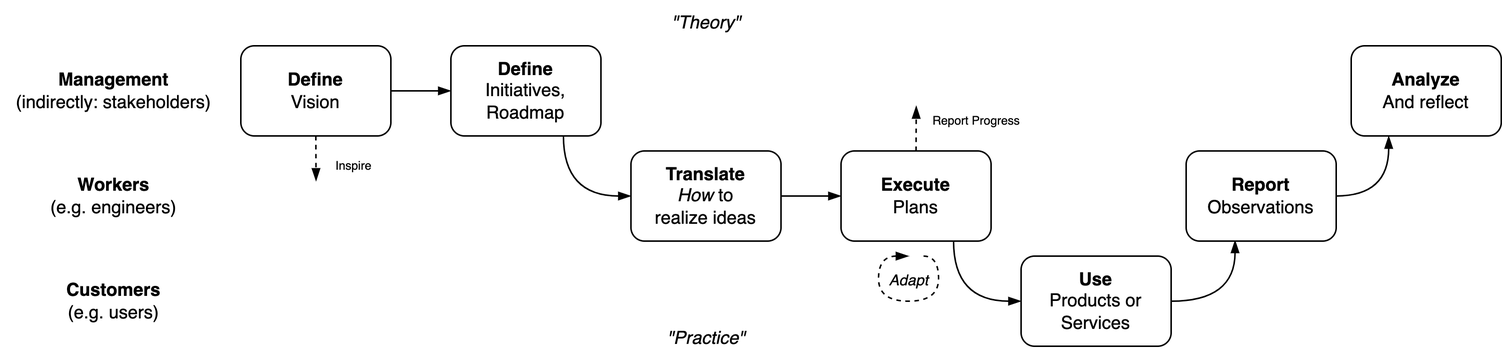
Earlier version of the draw.io export img/plan-to-exe.png (voschezang/coding-handbook). Source tidied: cells renumbered, new cells last; positions are measured from the earlier drawing's top-left corner, leaving out a move shared by most shapes. Its diagram source:
```xml
<mxGraphModel>
  <root>
    <mxCell id="0" />
    <mxCell id="1" parent="0" />
    <mxCell id="2" value="Adapt" style="text;html=1;align=center;verticalAlign=middle;strokeColor=none;fillColor=none;fontSize=10;fontStyle=2;" parent="1" vertex="1">
      <mxGeometry x="580" y="170" width="50" height="30" as="geometry" />
    </mxCell>
    <mxCell id="3" value="&lt;b&gt;Management&lt;/b&gt;&lt;br&gt;(indirectly: stakeholders)" style="text;html=1;align=center;verticalAlign=middle;strokeColor=none;fillColor=none;fontSize=12;" parent="1" vertex="1">
      <mxGeometry y="40" width="150" height="40" as="geometry" />
    </mxCell>
    <mxCell id="4" value="&lt;b&gt;Workers&lt;/b&gt;&lt;br&gt;(e.g. engineers)" style="text;html=1;align=center;verticalAlign=middle;strokeColor=none;fillColor=none;fontSize=12;" parent="1" vertex="1">
      <mxGeometry x="20" y="110" width="110" height="40" as="geometry" />
    </mxCell>
    <mxCell id="5" value="&lt;b&gt;Customers&lt;/b&gt;&lt;br&gt;(e.g. users)" style="text;html=1;align=center;verticalAlign=middle;strokeColor=none;fillColor=none;fontSize=12;" parent="1" vertex="1">
      <mxGeometry x="30" y="180" width="90" height="40" as="geometry" />
    </mxCell>
    <mxCell id="6" style="edgeStyle=orthogonalEdgeStyle;rounded=0;jettySize=auto;html=1;exitX=1;exitY=0.5;exitDx=0;exitDy=0;entryX=0;entryY=0.5;entryDx=0;entryDy=0;strokeWidth=1;fontSize=12;endArrow=blockThin;endFill=1;" parent="1" edge="1" source="8" target="10">
      <mxGeometry relative="1" as="geometry" />
    </mxCell>
    <mxCell id="7" style="edgeStyle=orthogonalEdgeStyle;curved=1;rounded=0;jettySize=auto;html=1;exitX=0.5;exitY=1;exitDx=0;exitDy=0;dashed=1;strokeWidth=1;fontSize=8;endArrow=blockThin;endFill=1;" parent="1" edge="1" source="8">
      <mxGeometry relative="1" as="geometry">
        <mxPoint x="210.1" y="120" as="targetPoint" />
      </mxGeometry>
    </mxCell>
    <mxCell id="8" value="&lt;b&gt;Define &lt;/b&gt;&lt;br&gt;Vision" style="rounded=1;whiteSpace=wrap;html=1;fontSize=12;" parent="1" vertex="1">
      <mxGeometry x="160" y="30" width="100" height="60" as="geometry" />
    </mxCell>
    <mxCell id="9" style="edgeStyle=orthogonalEdgeStyle;curved=1;rounded=0;jettySize=auto;html=1;exitX=0.75;exitY=1;exitDx=0;exitDy=0;entryX=0;entryY=0.5;entryDx=0;entryDy=0;strokeWidth=1;fontSize=12;endArrow=blockThin;endFill=1;" parent="1" edge="1" source="10" target="12">
      <mxGeometry relative="1" as="geometry" />
    </mxCell>
    <mxCell id="10" value="&lt;b&gt;Define &lt;br&gt;&lt;/b&gt;Initiatives,&lt;br&gt;Roadmap" style="rounded=1;whiteSpace=wrap;html=1;fontSize=12;" parent="1" vertex="1">
      <mxGeometry x="300" y="30" width="100" height="60" as="geometry" />
    </mxCell>
    <mxCell id="11" style="edgeStyle=orthogonalEdgeStyle;curved=1;rounded=0;jettySize=auto;html=1;exitX=1;exitY=0.5;exitDx=0;exitDy=0;entryX=0;entryY=0.5;entryDx=0;entryDy=0;strokeWidth=1;fontSize=12;endArrow=blockThin;endFill=1;" parent="1" edge="1" source="12" target="15">
      <mxGeometry relative="1" as="geometry" />
    </mxCell>
    <mxCell id="12" value="&lt;font style=&quot;font-size: 12px;&quot;&gt;&lt;b&gt;Translate&lt;/b&gt;&lt;br&gt;&lt;i style=&quot;&quot;&gt;How&lt;/i&gt; to &lt;br&gt;realize ideas&lt;/font&gt;" style="rounded=1;whiteSpace=wrap;html=1;fontSize=12;" parent="1" vertex="1">
      <mxGeometry x="420" y="100" width="100" height="60" as="geometry" />
    </mxCell>
    <mxCell id="13" style="edgeStyle=orthogonalEdgeStyle;curved=1;rounded=0;jettySize=auto;html=1;exitX=0.75;exitY=1;exitDx=0;exitDy=0;entryX=0;entryY=0.5;entryDx=0;entryDy=0;strokeWidth=1;fontSize=12;endArrow=blockThin;endFill=1;" parent="1" edge="1" source="15" target="17">
      <mxGeometry relative="1" as="geometry" />
    </mxCell>
    <mxCell id="14" style="edgeStyle=orthogonalEdgeStyle;curved=1;rounded=0;jettySize=auto;html=1;exitX=0.5;exitY=0;exitDx=0;exitDy=0;dashed=1;strokeWidth=1;fontSize=8;endArrow=blockThin;endFill=1;" parent="1" edge="1" source="15">
      <mxGeometry relative="1" as="geometry">
        <mxPoint x="610.1" y="70" as="targetPoint" />
      </mxGeometry>
    </mxCell>
    <mxCell id="15" value="&lt;b&gt;Execute&lt;/b&gt;&lt;br&gt;&lt;font style=&quot;font-size: 12px;&quot;&gt;Plans&lt;/font&gt;" style="rounded=1;whiteSpace=wrap;html=1;fontSize=12;" parent="1" vertex="1">
      <mxGeometry x="560" y="100" width="100" height="60" as="geometry" />
    </mxCell>
    <mxCell id="16" style="edgeStyle=orthogonalEdgeStyle;curved=1;rounded=0;jettySize=auto;html=1;exitX=1;exitY=0.5;exitDx=0;exitDy=0;entryX=0.326;entryY=0.991;entryDx=0;entryDy=0;strokeWidth=1;fontSize=12;endArrow=blockThin;endFill=1;entryPerimeter=0;" parent="1" edge="1" source="17" target="19">
      <mxGeometry relative="1" as="geometry" />
    </mxCell>
    <mxCell id="17" value="&lt;b&gt;Use&lt;/b&gt;&lt;br&gt;Products or&lt;br&gt;Services" style="rounded=1;whiteSpace=wrap;html=1;fontSize=12;" parent="1" vertex="1">
      <mxGeometry x="680" y="170" width="100" height="60" as="geometry" />
    </mxCell>
    <mxCell id="18" style="edgeStyle=orthogonalEdgeStyle;curved=1;rounded=0;jettySize=auto;html=1;exitX=1;exitY=0.5;exitDx=0;exitDy=0;entryX=0.25;entryY=1;entryDx=0;entryDy=0;strokeWidth=1;fontSize=12;endArrow=blockThin;endFill=1;" parent="1" edge="1" source="19" target="20">
      <mxGeometry relative="1" as="geometry" />
    </mxCell>
    <mxCell id="19" value="&lt;font style=&quot;font-size: 12px;&quot;&gt;&lt;font style=&quot;font-size: 12px;&quot;&gt;&lt;b&gt;Report&lt;br&gt;&lt;/b&gt;&lt;/font&gt;&lt;font style=&quot;font-size: 12px;&quot;&gt;Observations&lt;/font&gt;&lt;/font&gt;" style="rounded=1;whiteSpace=wrap;html=1;fontSize=12;" parent="1" vertex="1">
      <mxGeometry x="790" y="100" width="100" height="60" as="geometry" />
    </mxCell>
    <mxCell id="20" value="&lt;font style=&quot;font-size: 12px;&quot;&gt;&lt;font style=&quot;font-size: 12px;&quot;&gt;&lt;b&gt;Analyze&lt;br&gt;&lt;/b&gt;&lt;/font&gt;&lt;font style=&quot;font-size: 12px;&quot;&gt;And reflect&lt;/font&gt;&lt;/font&gt;" style="rounded=1;whiteSpace=wrap;html=1;fontSize=12;" parent="1" vertex="1">
      <mxGeometry x="900" y="30" width="100" height="60" as="geometry" />
    </mxCell>
    <mxCell id="21" value="&quot;Theory&quot;" style="text;html=1;align=center;verticalAlign=middle;strokeColor=none;fillColor=none;fontSize=12;fontStyle=2;" parent="1" vertex="1">
      <mxGeometry x="435" width="70" height="30" as="geometry" />
    </mxCell>
    <mxCell id="22" value="&quot;Practice&quot;" style="text;html=1;align=center;verticalAlign=middle;strokeColor=none;fillColor=none;fontSize=12;fontStyle=2;" parent="1" vertex="1">
      <mxGeometry x="430" y="210" width="80" height="30" as="geometry" />
    </mxCell>
    <mxCell id="23" style="edgeStyle=orthogonalEdgeStyle;curved=1;rounded=0;orthogonalLoop=1;jettySize=auto;html=1;strokeWidth=1;fontSize=12;endArrow=blockThin;endFill=1;dashed=1;" parent="1" edge="1">
      <mxGeometry relative="1" as="geometry">
        <mxPoint x="615" y="170" as="sourcePoint" />
        <mxPoint x="605" y="170" as="targetPoint" />
        <Array as="points">
          <mxPoint x="625" y="170" />
          <mxPoint x="625" y="200" />
          <mxPoint x="585" y="200" />
          <mxPoint x="585" y="170" />
        </Array>
      </mxGeometry>
    </mxCell>
    <mxCell id="24" value="Inspire" style="text;html=1;align=center;verticalAlign=middle;strokeColor=none;fillColor=none;fontSize=8;" parent="1" vertex="1">
      <mxGeometry x="210" y="100" width="50" height="20" as="geometry" />
    </mxCell>
    <mxCell id="25" value="Report Progress" style="text;html=1;align=center;verticalAlign=middle;strokeColor=none;fillColor=none;fontSize=8;" parent="1" vertex="1">
      <mxGeometry x="610" y="70" width="80" height="20" as="geometry" />
    </mxCell>
  </root>
</mxGraphModel>
```
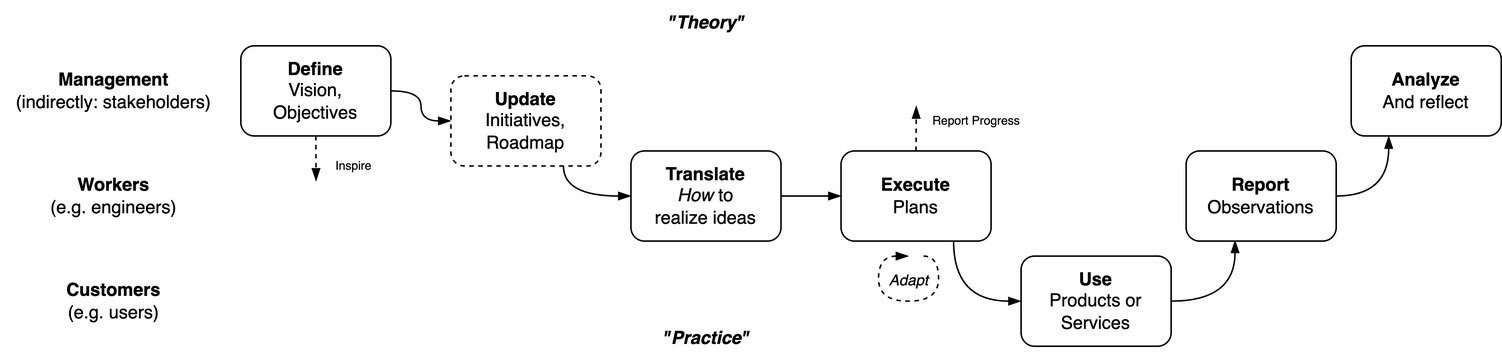
Later version of the same file.

The edit, as a diff of the source:
```diff
@@ -14,7 +14,7 @@
     <mxCell id="5" value="&lt;b&gt;Customers&lt;/b&gt;&lt;br&gt;(e.g. users)" style="text;html=1;align=center;verticalAlign=middle;strokeColor=none;fillColor=none;fontSize=12;" parent="1" vertex="1">
       <mxGeometry x="30" y="180" width="90" height="40" as="geometry" />
     </mxCell>
-    <mxCell id="6" style="edgeStyle=orthogonalEdgeStyle;rounded=0;jettySize=auto;html=1;exitX=1;exitY=0.5;exitDx=0;exitDy=0;entryX=0;entryY=0.5;entryDx=0;entryDy=0;strokeWidth=1;fontSize=12;endArrow=blockThin;endFill=1;" parent="1" edge="1" source="8" target="10">
+    <mxCell id="6" style="edgeStyle=orthogonalEdgeStyle;rounded=0;jettySize=auto;html=1;exitX=1;exitY=0.5;exitDx=0;exitDy=0;entryX=0;entryY=0.5;entryDx=0;entryDy=0;strokeWidth=1;fontSize=12;endArrow=blockThin;endFill=1;curved=1;" parent="1" edge="1" source="8" target="10">
       <mxGeometry relative="1" as="geometry" />
     </mxCell>
     <mxCell id="7" style="edgeStyle=orthogonalEdgeStyle;curved=1;rounded=0;jettySize=auto;html=1;exitX=0.5;exitY=1;exitDx=0;exitDy=0;dashed=1;strokeWidth=1;fontSize=8;endArrow=blockThin;endFill=1;" parent="1" edge="1" source="8">
@@ -22,14 +22,14 @@
         <mxPoint x="210.1" y="120" as="targetPoint" />
       </mxGeometry>
     </mxCell>
-    <mxCell id="8" value="&lt;b&gt;Define &lt;/b&gt;&lt;br&gt;Vision" style="rounded=1;whiteSpace=wrap;html=1;fontSize=12;" parent="1" vertex="1">
+    <mxCell id="8" value="&lt;b&gt;Define &lt;/b&gt;&lt;br&gt;Vision, &lt;br&gt;Objectives" style="rounded=1;whiteSpace=wrap;html=1;fontSize=12;" parent="1" vertex="1">
       <mxGeometry x="160" y="30" width="100" height="60" as="geometry" />
     </mxCell>
     <mxCell id="9" style="edgeStyle=orthogonalEdgeStyle;curved=1;rounded=0;jettySize=auto;html=1;exitX=0.75;exitY=1;exitDx=0;exitDy=0;entryX=0;entryY=0.5;entryDx=0;entryDy=0;strokeWidth=1;fontSize=12;endArrow=blockThin;endFill=1;" parent="1" edge="1" source="10" target="12">
       <mxGeometry relative="1" as="geometry" />
     </mxCell>
-    <mxCell id="10" value="&lt;b&gt;Define &lt;br&gt;&lt;/b&gt;Initiatives,&lt;br&gt;Roadmap" style="rounded=1;whiteSpace=wrap;html=1;fontSize=12;" parent="1" vertex="1">
-      <mxGeometry x="300" y="30" width="100" height="60" as="geometry" />
+    <mxCell id="10" value="&lt;b&gt;Update&lt;br&gt;&lt;/b&gt;Initiatives,&lt;br&gt;Roadmap" style="rounded=1;whiteSpace=wrap;html=1;fontSize=12;dashed=1;" parent="1" vertex="1">
+      <mxGeometry x="300" y="50" width="100" height="60" as="geometry" />
     </mxCell>
     <mxCell id="11" style="edgeStyle=orthogonalEdgeStyle;curved=1;rounded=0;jettySize=auto;html=1;exitX=1;exitY=0.5;exitDx=0;exitDy=0;entryX=0;entryY=0.5;entryDx=0;entryDy=0;strokeWidth=1;fontSize=12;endArrow=blockThin;endFill=1;" parent="1" edge="1" source="12" target="15">
       <mxGeometry relative="1" as="geometry" />
@@ -63,10 +63,10 @@
     <mxCell id="20" value="&lt;font style=&quot;font-size: 12px;&quot;&gt;&lt;font style=&quot;font-size: 12px;&quot;&gt;&lt;b&gt;Analyze&lt;br&gt;&lt;/b&gt;&lt;/font&gt;&lt;font style=&quot;font-size: 12px;&quot;&gt;And reflect&lt;/font&gt;&lt;/font&gt;" style="rounded=1;whiteSpace=wrap;html=1;fontSize=12;" parent="1" vertex="1">
       <mxGeometry x="900" y="30" width="100" height="60" as="geometry" />
     </mxCell>
-    <mxCell id="21" value="&quot;Theory&quot;" style="text;html=1;align=center;verticalAlign=middle;strokeColor=none;fillColor=none;fontSize=12;fontStyle=2;" parent="1" vertex="1">
+    <mxCell id="21" value="&quot;Theory&quot;" style="text;html=1;align=center;verticalAlign=middle;strokeColor=none;fillColor=none;fontSize=12;fontStyle=3;" parent="1" vertex="1">
       <mxGeometry x="435" width="70" height="30" as="geometry" />
     </mxCell>
-    <mxCell id="22" value="&quot;Practice&quot;" style="text;html=1;align=center;verticalAlign=middle;strokeColor=none;fillColor=none;fontSize=12;fontStyle=2;" parent="1" vertex="1">
+    <mxCell id="22" value="&quot;Practice&quot;" style="text;html=1;align=center;verticalAlign=middle;strokeColor=none;fillColor=none;fontSize=12;fontStyle=3;" parent="1" vertex="1">
       <mxGeometry x="430" y="210" width="80" height="30" as="geometry" />
     </mxCell>
     <mxCell id="23" style="edgeStyle=orthogonalEdgeStyle;curved=1;rounded=0;orthogonalLoop=1;jettySize=auto;html=1;strokeWidth=1;fontSize=12;endArrow=blockThin;endFill=1;dashed=1;" parent="1" edge="1">
```
